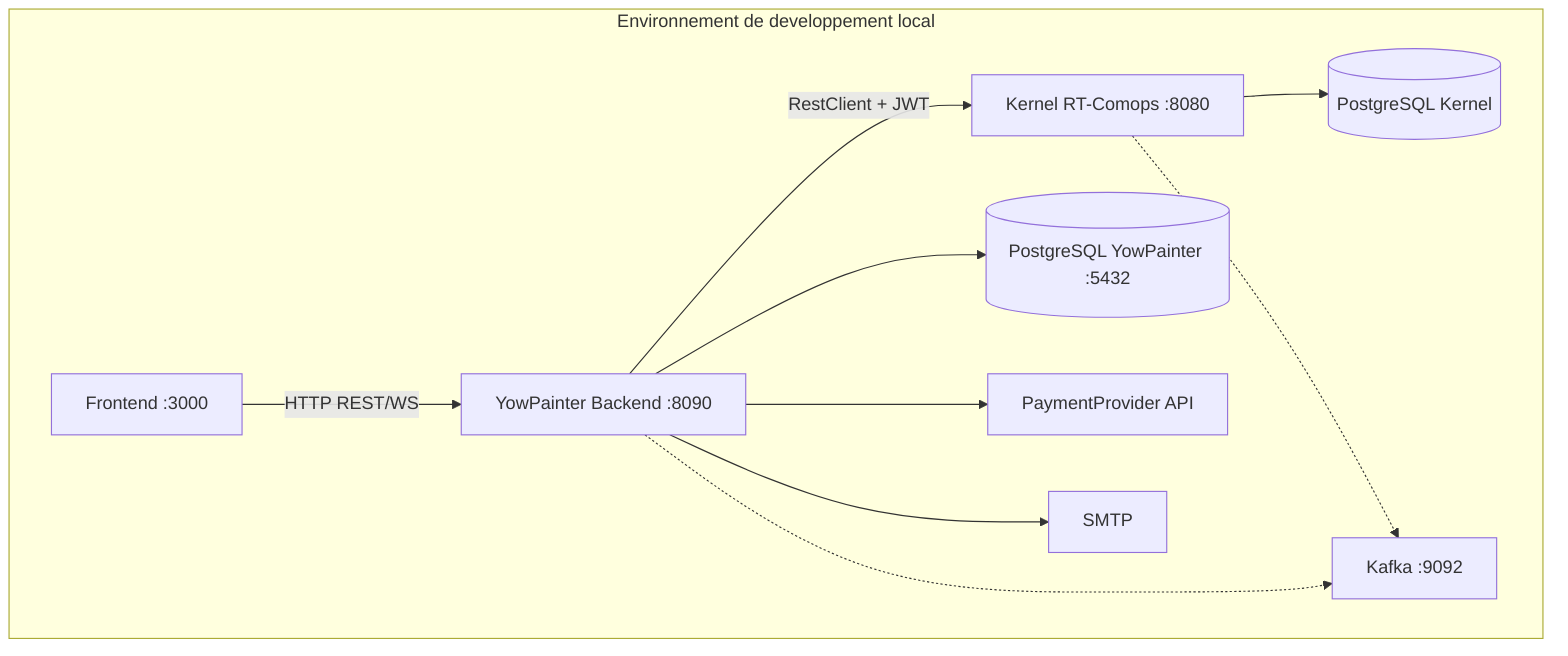
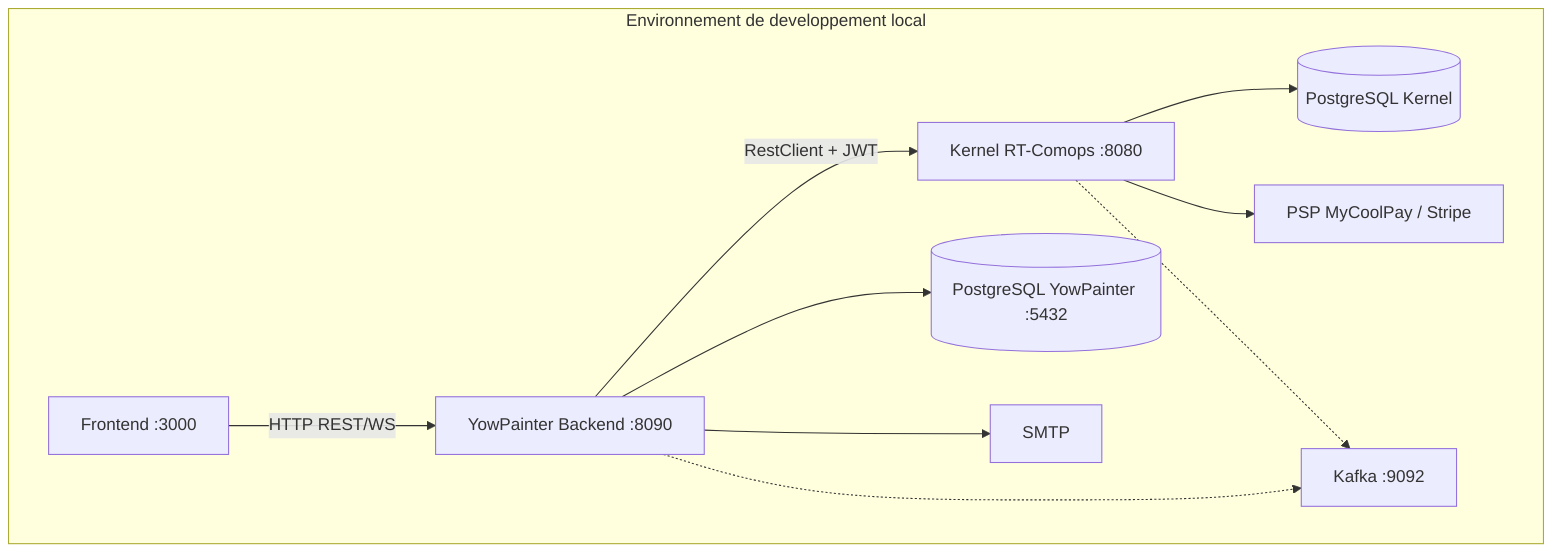
flowchart TB
    subgraph Local["Environnement de developpement local"]
        FE[Frontend :3000]
        BE[YowPainter Backend :8090]
        K[Kernel RT-Comops :8080]
        PG[(PostgreSQL YowPainter :5432)]
        PGK[(PostgreSQL Kernel)]
-         CP[PaymentProvider API]
+         PSP[PSP MyCoolPay / Stripe]
        SMTP[SMTP]
        KF[Kafka :9092]
    end

    FE -->|HTTP REST/WS| BE
    BE -->|RestClient + JWT| K
    BE --> PG
    K --> PGK
-     BE --> CP
+     K --> PSP
    BE --> SMTP
    BE -.-> KF
    K -.-> KF
